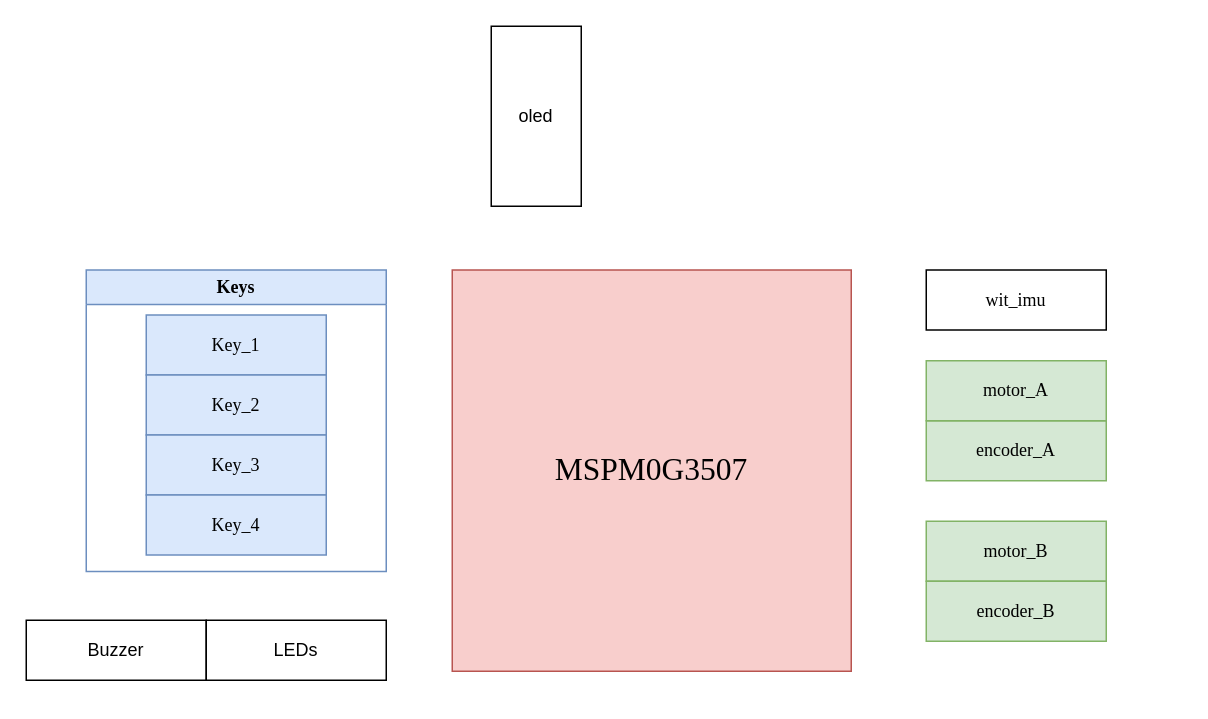
This is hardware/硬件架构.drawio from Ashington258/4047, a draw.io file, before an edit. Source tidied: cells renumbered, new cells numbered last; positions are measured from the earlier drawing's top-left corner, leaving out a move shared by most shapes. Both pictures are drawn from the tidied source at 150%, with x=0, y=0 at pixel (26, 26).
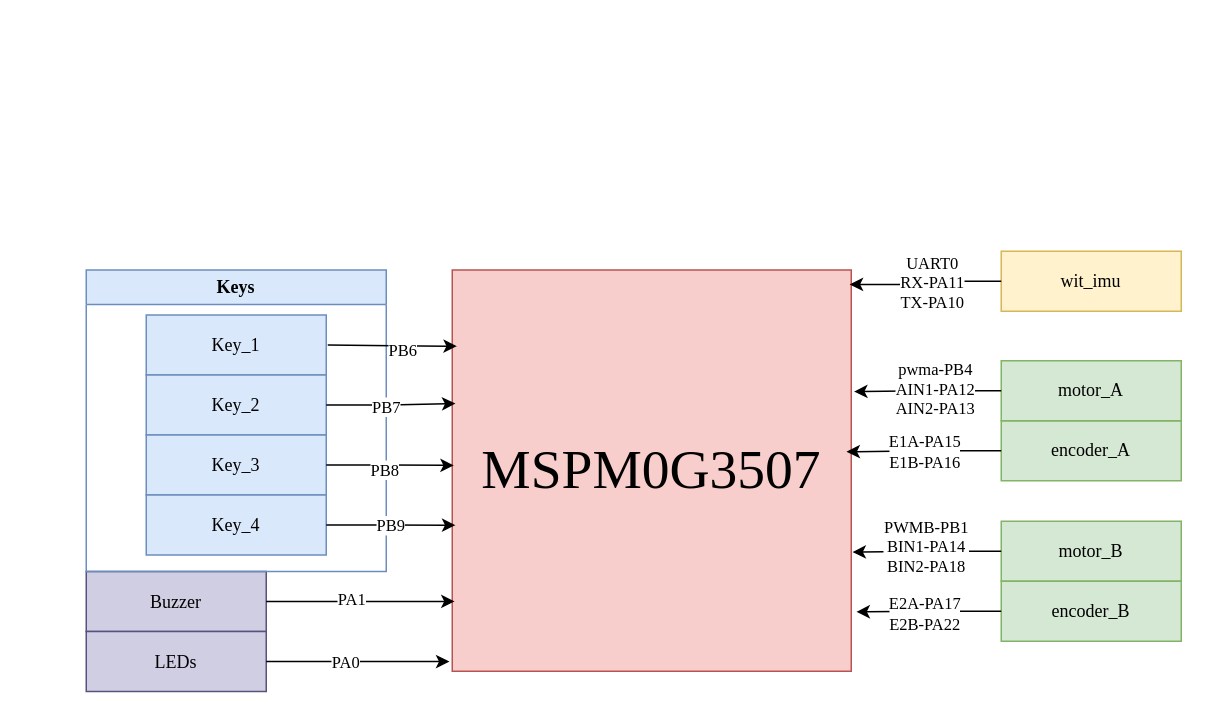
The same diagram, later.

Commit message:
feat: Short description：更新了硬件架构

Message body：板子使用于宽版类型

Message footer

The change refers to these unchanged cells:
```xml
<mxCell id="11" value="Key_2" style="rounded=0;whiteSpace=wrap;html=1;fillColor=#dae8fc;strokeColor=#6c8ebf;fontFamily=Times New Roman;" parent="9" vertex="1">
  <mxGeometry x="40" y="70" width="120" height="40" as="geometry" />
</mxCell>
<mxCell id="12" value="Key_3" style="rounded=0;whiteSpace=wrap;html=1;fillColor=#dae8fc;strokeColor=#6c8ebf;fontFamily=Times New Roman;" parent="9" vertex="1">
  <mxGeometry x="40" y="110" width="120" height="40" as="geometry" />
</mxCell>
<mxCell id="13" value="Key_4" style="rounded=0;whiteSpace=wrap;html=1;fillColor=#dae8fc;strokeColor=#6c8ebf;fontFamily=Times New Roman;" parent="9" vertex="1">
  <mxGeometry x="40" y="150" width="120" height="40" as="geometry" />
</mxCell>
```

What changed in the source:
```diff
@@
-    <mxCell id="2" value="&lt;font face=&quot;Times New Roman&quot; style=&quot;font-size: 21px;&quot;&gt;MSPM0G3507&lt;/font&gt;" style="rounded=0;whiteSpace=wrap;html=1;fillColor=#f8cecc;strokeColor=#b85450;" parent="1" vertex="1">
+    <mxCell id="2" value="&lt;font style=&quot;font-size: 37px;&quot;&gt;MSPM0G3507&lt;/font&gt;" style="rounded=0;whiteSpace=wrap;html=1;fillColor=#f8cecc;strokeColor=#b85450;fontFamily=Times New Roman;" parent="1" vertex="1">
       <mxGeometry x="284" y="162.5" width="266" height="267.5" as="geometry" />
     </mxCell>
-    <mxCell id="3" value="wit_imu" style="rounded=0;whiteSpace=wrap;html=1;fontFamily=Times New Roman;" parent="1" vertex="1">
-      <mxGeometry x="600" y="162.5" width="120" height="40" as="geometry" />
+    <mxCell id="3" value="wit_imu" style="rounded=0;whiteSpace=wrap;html=1;fontFamily=Times New Roman;fillColor=#fff2cc;strokeColor=#d6b656;" parent="1" vertex="1">
+      <mxGeometry x="650" y="150" width="120" height="40" as="geometry" />
     </mxCell>
-    <mxCell id="4" value="Buzzer" style="rounded=0;whiteSpace=wrap;html=1;" parent="1" vertex="1">
-      <mxGeometry y="396" width="120" height="40" as="geometry" />
+    <mxCell id="4" value="Buzzer" style="rounded=0;whiteSpace=wrap;html=1;fillColor=#d0cee2;strokeColor=#56517e;fontFamily=Times New Roman;" parent="1" vertex="1">
+      <mxGeometry x="40" y="363.5" width="120" height="40" as="geometry" />
     </mxCell>
     <mxCell id="5" value="encoder_A" style="rounded=0;whiteSpace=wrap;html=1;fillColor=#d5e8d4;strokeColor=#82b366;fontFamily=Times New Roman;" parent="1" vertex="1">
-      <mxGeometry x="600" y="263" width="120" height="40" as="geometry" />
+      <mxGeometry x="650" y="263" width="120" height="40" as="geometry" />
     </mxCell>
     <mxCell id="6" value="motor_A" style="rounded=0;whiteSpace=wrap;html=1;fillColor=#d5e8d4;strokeColor=#82b366;fontFamily=Times New Roman;" parent="1" vertex="1">
-      <mxGeometry x="600" y="223" width="120" height="40" as="geometry" />
+      <mxGeometry x="650" y="223" width="120" height="40" as="geometry" />
     </mxCell>
-    <mxCell id="7" value="oled" style="rounded=0;whiteSpace=wrap;html=1;direction=south;" parent="1" vertex="1">
-      <mxGeometry x="310" width="60" height="120" as="geometry" />
-    </mxCell>
-    <mxCell id="8" value="LEDs" style="rounded=0;whiteSpace=wrap;html=1;" parent="1" vertex="1">
-      <mxGeometry x="120" y="396" width="120" height="40" as="geometry" />
+    <mxCell id="8" value="LEDs" style="rounded=0;whiteSpace=wrap;html=1;fillColor=#d0cee2;strokeColor=#56517e;fontFamily=Times New Roman;" parent="1" vertex="1">
+      <mxGeometry x="40" y="403.5" width="120" height="40" as="geometry" />
     </mxCell>
@@
     <mxCell id="14" value="motor_B" style="rounded=0;whiteSpace=wrap;html=1;fillColor=#d5e8d4;strokeColor=#82b366;fontFamily=Times New Roman;" parent="1" vertex="1">
-      <mxGeometry x="600" y="330" width="120" height="40" as="geometry" />
+      <mxGeometry x="650" y="330" width="120" height="40" as="geometry" />
     </mxCell>
     <mxCell id="15" value="encoder_B" style="rounded=0;whiteSpace=wrap;html=1;fillColor=#d5e8d4;strokeColor=#82b366;fontFamily=Times New Roman;" parent="1" vertex="1">
-      <mxGeometry x="600" y="370" width="120" height="40" as="geometry" />
+      <mxGeometry x="650" y="370" width="120" height="40" as="geometry" />
     </mxCell>
+    <mxCell id="16" style="edgeStyle=orthogonalEdgeStyle;rounded=0;jettySize=auto;html=1;entryX=0.996;entryY=0.036;entryDx=0;entryDy=0;entryPerimeter=0;fontFamily=Times New Roman;" parent="1" edge="1" source="3" target="2">
+      <mxGeometry relative="1" as="geometry" />
+    </mxCell>
+    <mxCell id="17" value="UART0&lt;div&gt;RX-PA11&lt;/div&gt;&lt;div&gt;TX-PA10&lt;/div&gt;" style="edgeLabel;html=1;align=center;verticalAlign=middle;fontFamily=Times New Roman;" parent="16" vertex="1">
+      <mxGeometry x="-0.09" relative="1" as="geometry" />
+    </mxCell>
+    <mxCell id="18" style="edgeStyle=orthogonalEdgeStyle;rounded=0;jettySize=auto;html=1;entryX=1.007;entryY=0.303;entryDx=0;entryDy=0;entryPerimeter=0;fontFamily=Times New Roman;" parent="1" edge="1" source="6" target="2">
+      <mxGeometry relative="1" as="geometry" />
+    </mxCell>
+    <mxCell id="19" value="pwma-PB4&lt;div&gt;AIN1-PA12&lt;/div&gt;&lt;div&gt;AIN2-PA13&lt;/div&gt;" style="edgeLabel;html=1;align=center;verticalAlign=middle;fontFamily=Times New Roman;" parent="18" vertex="1">
+      <mxGeometry x="-0.08" y="-2" relative="1" as="geometry" />
+    </mxCell>
+    <mxCell id="20" style="edgeStyle=orthogonalEdgeStyle;rounded=0;jettySize=auto;html=1;entryX=1.003;entryY=0.703;entryDx=0;entryDy=0;entryPerimeter=0;fontFamily=Times New Roman;" parent="1" edge="1" source="14" target="2">
+      <mxGeometry relative="1" as="geometry" />
+    </mxCell>
+    <mxCell id="21" value="PWMB-PB1&lt;div&gt;BIN1-PA14&lt;/div&gt;&lt;div&gt;BIN2-PA18&lt;/div&gt;" style="edgeLabel;html=1;align=center;verticalAlign=middle;fontFamily=Times New Roman;" parent="20" vertex="1">
+      <mxGeometry y="-4" relative="1" as="geometry">
+        <mxPoint x="3" y="-4" as="offset" />
+      </mxGeometry>
+    </mxCell>
+    <mxCell id="22" style="edgeStyle=orthogonalEdgeStyle;rounded=0;jettySize=auto;html=1;entryX=0.988;entryY=0.453;entryDx=0;entryDy=0;entryPerimeter=0;fontFamily=Times New Roman;" parent="1" edge="1" source="5" target="2">
+      <mxGeometry relative="1" as="geometry" />
+    </mxCell>
+    <mxCell id="23" value="E1A-PA15&lt;div&gt;E1B-PA16&lt;/div&gt;" style="edgeLabel;html=1;align=center;verticalAlign=middle;fontFamily=Times New Roman;" parent="22" vertex="1">
+      <mxGeometry relative="1" as="geometry" />
+    </mxCell>
+    <mxCell id="24" style="edgeStyle=orthogonalEdgeStyle;rounded=0;jettySize=auto;html=1;entryX=1.013;entryY=0.852;entryDx=0;entryDy=0;entryPerimeter=0;fontFamily=Times New Roman;" parent="1" edge="1" source="15" target="2">
+      <mxGeometry relative="1" as="geometry" />
+    </mxCell>
+    <mxCell id="25" value="E2A-PA17&lt;div&gt;E2B-PA22&lt;br&gt;&lt;/div&gt;" style="edgeLabel;html=1;align=center;verticalAlign=middle;fontFamily=Times New Roman;" parent="24" vertex="1">
+      <mxGeometry x="0.08" y="1" relative="1" as="geometry" />
+    </mxCell>
+    <mxCell id="26" style="edgeStyle=orthogonalEdgeStyle;rounded=0;orthogonalLoop=1;jettySize=auto;html=1;entryX=0.008;entryY=0.19;entryDx=0;entryDy=0;entryPerimeter=0;fontFamily=Times New Roman;" parent="1" edge="1">
+      <mxGeometry relative="1" as="geometry">
+        <mxPoint x="201" y="212.5" as="sourcePoint" />
+        <mxPoint x="287.1" y="213.3" as="targetPoint" />
+      </mxGeometry>
+    </mxCell>
+    <mxCell id="27" value="PB6" style="edgeLabel;html=1;align=center;verticalAlign=middle;fontFamily=Times New Roman;" parent="26" vertex="1">
+      <mxGeometry x="0.16" y="-2" relative="1" as="geometry" />
+    </mxCell>
+    <mxCell id="28" style="edgeStyle=orthogonalEdgeStyle;rounded=0;jettySize=auto;html=1;entryX=0.008;entryY=0.333;entryDx=0;entryDy=0;entryPerimeter=0;fontFamily=Times New Roman;" parent="1" edge="1" source="11" target="2">
+      <mxGeometry relative="1" as="geometry" />
+    </mxCell>
+    <mxCell id="29" value="PB7" style="edgeLabel;html=1;align=center;verticalAlign=middle;fontFamily=Times New Roman;" parent="28" vertex="1">
+      <mxGeometry x="-0.11" y="-1" relative="1" as="geometry" />
+    </mxCell>
+    <mxCell id="30" style="edgeStyle=orthogonalEdgeStyle;rounded=0;jettySize=auto;html=1;entryX=0.004;entryY=0.487;entryDx=0;entryDy=0;entryPerimeter=0;fontFamily=Times New Roman;" parent="1" edge="1" source="12" target="2">
+      <mxGeometry relative="1" as="geometry" />
+    </mxCell>
+    <mxCell id="31" value="PB8" style="edgeLabel;html=1;align=center;verticalAlign=middle;fontFamily=Times New Roman;" parent="30" vertex="1">
+      <mxGeometry x="-0.11" y="-3" relative="1" as="geometry" />
+    </mxCell>
+    <mxCell id="32" style="edgeStyle=orthogonalEdgeStyle;rounded=0;jettySize=auto;html=1;entryX=0.008;entryY=0.636;entryDx=0;entryDy=0;entryPerimeter=0;fontFamily=Times New Roman;" parent="1" edge="1" source="13" target="2">
+      <mxGeometry relative="1" as="geometry" />
+    </mxCell>
+    <mxCell id="33" value="PB9" style="edgeLabel;html=1;align=center;verticalAlign=middle;fontFamily=Times New Roman;" parent="32" vertex="1">
+      <mxGeometry relative="1" as="geometry" />
+    </mxCell>
+    <mxCell id="34" style="edgeStyle=orthogonalEdgeStyle;rounded=0;jettySize=auto;html=1;entryX=-0.007;entryY=0.976;entryDx=0;entryDy=0;entryPerimeter=0;fontFamily=Times New Roman;" parent="1" edge="1" source="8" target="2">
+      <mxGeometry relative="1" as="geometry" />
+    </mxCell>
+    <mxCell id="35" value="PA0" style="edgeLabel;html=1;align=center;verticalAlign=middle;fontFamily=Times New Roman;" parent="34" vertex="1">
+      <mxGeometry x="-0.16" relative="1" as="geometry">
+        <mxPoint x="1" as="offset" />
+      </mxGeometry>
+    </mxCell>
+    <mxCell id="36" style="edgeStyle=orthogonalEdgeStyle;rounded=0;jettySize=auto;html=1;entryX=0.006;entryY=0.826;entryDx=0;entryDy=0;entryPerimeter=0;fontFamily=Times New Roman;" parent="1" edge="1" source="4" target="2">
+      <mxGeometry relative="1" as="geometry" />
+    </mxCell>
+    <mxCell id="37" value="PA1" style="edgeLabel;html=1;align=center;verticalAlign=middle;fontFamily=Times New Roman;" parent="36" vertex="1">
+      <mxGeometry x="-0.11" y="2" relative="1" as="geometry" />
+    </mxCell>
```
